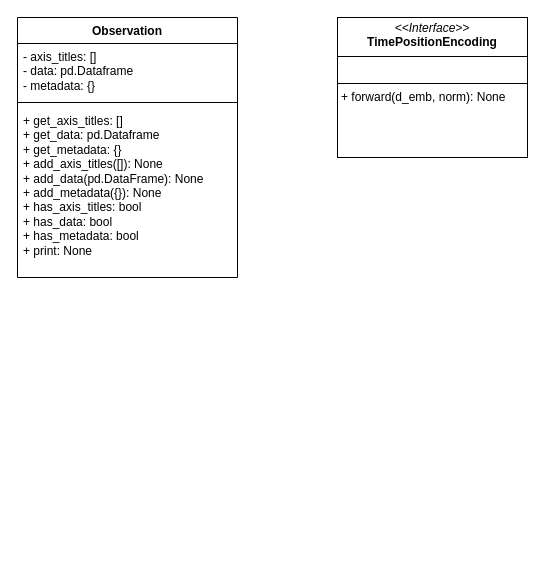
Before: design_documents/simpleTransformer_class_diagram.drawio in Javk5pakfa/pytorchSelflearn, a draw.io diagram. Source tidied: cells renumbered, new cells numbered last; positions are measured from the earlier drawing's top-left corner, leaving out a move shared by most shapes. Both pictures are drawn from the tidied source at 100%, with x=0, y=0 at pixel (17, 17).
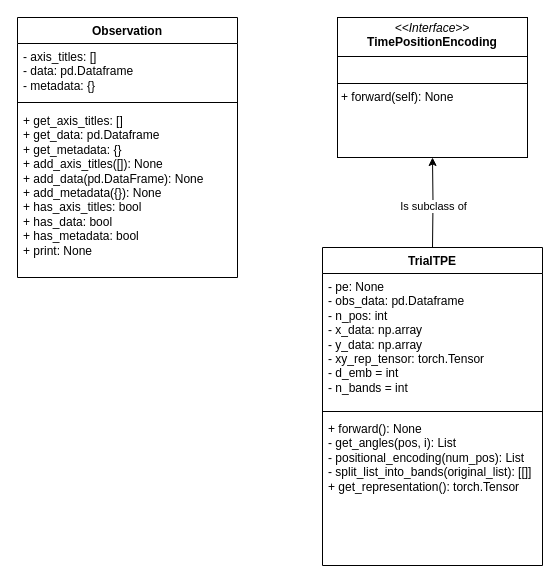
The same page after the edit.

Commit message:
Update class diagram for trial_tpe

What changed in the source:
```diff
@@
 <mxGraphModel>
   <root>
     <mxCell id="0" />
     <mxCell id="1" parent="0" />
     <mxCell id="2" value="Observation" style="swimlane;fontStyle=1;align=center;verticalAlign=top;horizontal=1;startSize=26;whiteSpace=wrap;html=1;" parent="1" vertex="1">
       <mxGeometry width="220" height="260" as="geometry" />
     </mxCell>
     <mxCell id="3" value="- axis_titles: []&lt;div&gt;- data: pd.Dataframe&lt;/div&gt;&lt;div&gt;- metadata: {}&lt;/div&gt;" style="text;strokeColor=none;fillColor=none;align=left;verticalAlign=top;spacingLeft=4;spacingRight=4;overflow=hidden;whiteSpace=wrap;html=1;" parent="2" vertex="1">
       <mxGeometry y="26" width="220" height="54" as="geometry" />
     </mxCell>
     <mxCell id="4" style="line;strokeWidth=1;fillColor=none;align=left;verticalAlign=middle;spacingTop=-1;spacingLeft=3;spacingRight=3;labelPosition=right;strokeColor=inherit;" parent="2" vertex="1">
       <mxGeometry y="80" width="220" height="10" as="geometry" />
     </mxCell>
     <mxCell id="5" value="+ get_axis_titles: []&lt;div&gt;+ get_data: pd.Dataframe&lt;/div&gt;&lt;div&gt;+ get_metadata: {}&lt;/div&gt;&lt;div&gt;+ add_axis_titles([]): None&lt;/div&gt;&lt;div&gt;+ add_data(pd.DataFrame): None&lt;/div&gt;&lt;div&gt;+ add_metadata({}): None&lt;/div&gt;&lt;div&gt;+ has_axis_titles: bool&lt;/div&gt;&lt;div&gt;+ has_data: bool&lt;/div&gt;&lt;div&gt;+ has_metadata: bool&lt;/div&gt;&lt;div&gt;+ print: None&lt;/div&gt;" style="text;strokeColor=none;fillColor=none;align=left;verticalAlign=top;spacingLeft=4;spacingRight=4;overflow=hidden;whiteSpace=wrap;html=1;" parent="2" vertex="1">
       <mxGeometry y="90" width="220" height="170" as="geometry" />
     </mxCell>
-    <mxCell id="6" value="&lt;p style=&quot;margin:0px;margin-top:4px;text-align:center;&quot;&gt;&lt;i&gt;&amp;lt;&amp;lt;Interface&amp;gt;&amp;gt;&lt;/i&gt;&lt;br&gt;&lt;b&gt;TimePositionEncoding&lt;/b&gt;&lt;/p&gt;&lt;hr size=&quot;1&quot; style=&quot;border-style:solid;&quot;&gt;&lt;p style=&quot;margin:0px;margin-left:4px;&quot;&gt;&lt;br&gt;&lt;/p&gt;&lt;hr size=&quot;1&quot; style=&quot;border-style:solid;&quot;&gt;&lt;p style=&quot;margin:0px;margin-left:4px;&quot;&gt;+ forward(d_emb, norm): None&amp;nbsp;&lt;br&gt;&lt;/p&gt;" style="verticalAlign=top;align=left;overflow=fill;html=1;whiteSpace=wrap;" parent="1" vertex="1">
+    <mxCell id="6" value="&lt;p style=&quot;margin:0px;margin-top:4px;text-align:center;&quot;&gt;&lt;i&gt;&amp;lt;&amp;lt;Interface&amp;gt;&amp;gt;&lt;/i&gt;&lt;br&gt;&lt;b&gt;TimePositionEncoding&lt;/b&gt;&lt;/p&gt;&lt;hr size=&quot;1&quot; style=&quot;border-style:solid;&quot;&gt;&lt;p style=&quot;margin:0px;margin-left:4px;&quot;&gt;&lt;br&gt;&lt;/p&gt;&lt;hr size=&quot;1&quot; style=&quot;border-style:solid;&quot;&gt;&lt;p style=&quot;margin:0px;margin-left:4px;&quot;&gt;+ forward(self): None&amp;nbsp;&lt;br&gt;&lt;/p&gt;" style="verticalAlign=top;align=left;overflow=fill;html=1;whiteSpace=wrap;" parent="1" vertex="1">
       <mxGeometry x="320" width="190" height="140" as="geometry" />
     </mxCell>
+    <mxCell id="7" style="edgeStyle=orthogonalEdgeStyle;rounded=0;jettySize=auto;html=1;entryX=0.5;entryY=1;entryDx=0;entryDy=0;" parent="1" edge="1" target="6">
+      <mxGeometry relative="1" as="geometry">
+        <mxPoint x="415" y="230" as="sourcePoint" />
+      </mxGeometry>
+    </mxCell>
+    <mxCell id="8" value="Is subclass of" style="edgeLabel;html=1;align=center;verticalAlign=middle;" parent="7" vertex="1">
+      <mxGeometry y="3" relative="1" as="geometry" />
+    </mxCell>
+    <mxCell id="9" value="TrialTPE" style="swimlane;fontStyle=1;align=center;verticalAlign=top;horizontal=1;startSize=26;whiteSpace=wrap;html=1;" parent="1" vertex="1">
+      <mxGeometry x="305" y="230" width="220" height="318" as="geometry" />
+    </mxCell>
+    <mxCell id="10" value="- pe: None&lt;div&gt;- obs_data: pd.Dataframe&lt;/div&gt;&lt;div&gt;- n_pos: int&lt;/div&gt;&lt;div&gt;- x_data: np.array&lt;/div&gt;&lt;div&gt;- y_data: np.array&lt;/div&gt;&lt;div&gt;- xy_rep_tensor: torch.Tensor&lt;/div&gt;&lt;div&gt;- d_emb = int&lt;/div&gt;&lt;div&gt;- n_bands = int&lt;/div&gt;" style="text;strokeColor=none;fillColor=none;align=left;verticalAlign=top;spacingLeft=4;spacingRight=4;overflow=hidden;whiteSpace=wrap;html=1;" parent="9" vertex="1">
+      <mxGeometry y="26" width="220" height="134" as="geometry" />
+    </mxCell>
+    <mxCell id="11" style="line;strokeWidth=1;fillColor=none;align=left;verticalAlign=middle;spacingTop=-1;spacingLeft=3;spacingRight=3;labelPosition=right;strokeColor=inherit;" parent="9" vertex="1">
+      <mxGeometry y="160" width="220" height="8" as="geometry" />
+    </mxCell>
+    <mxCell id="12" value="+ forward(): None&lt;div&gt;- get_angles(pos, i): List&lt;/div&gt;&lt;div&gt;- positional_encoding(num_pos): List&lt;/div&gt;&lt;div&gt;- split_list_into_bands(original_list): [[]]&lt;/div&gt;&lt;div&gt;+ get_representation(): torch.Tensor&lt;/div&gt;" style="text;strokeColor=none;fillColor=none;align=left;verticalAlign=top;spacingLeft=4;spacingRight=4;overflow=hidden;whiteSpace=wrap;html=1;" parent="9" vertex="1">
+      <mxGeometry y="168" width="220" height="150" as="geometry" />
+    </mxCell>
   </root>
 </mxGraphModel>
```
